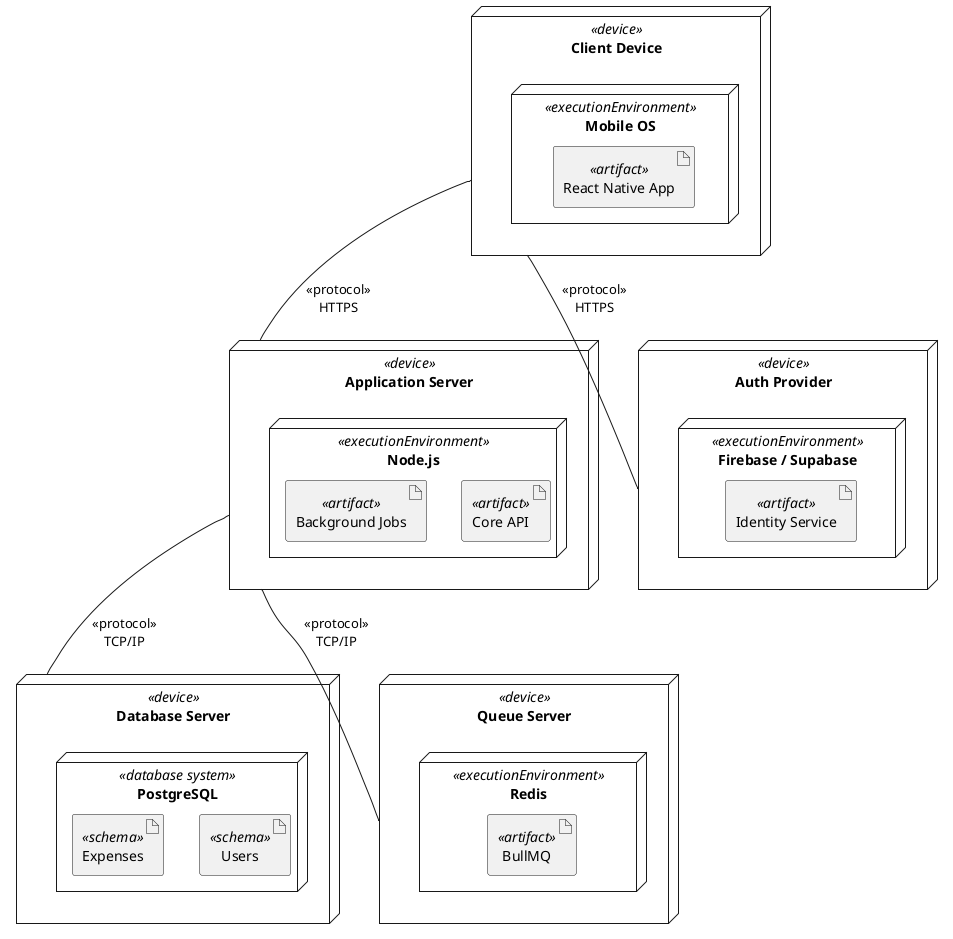
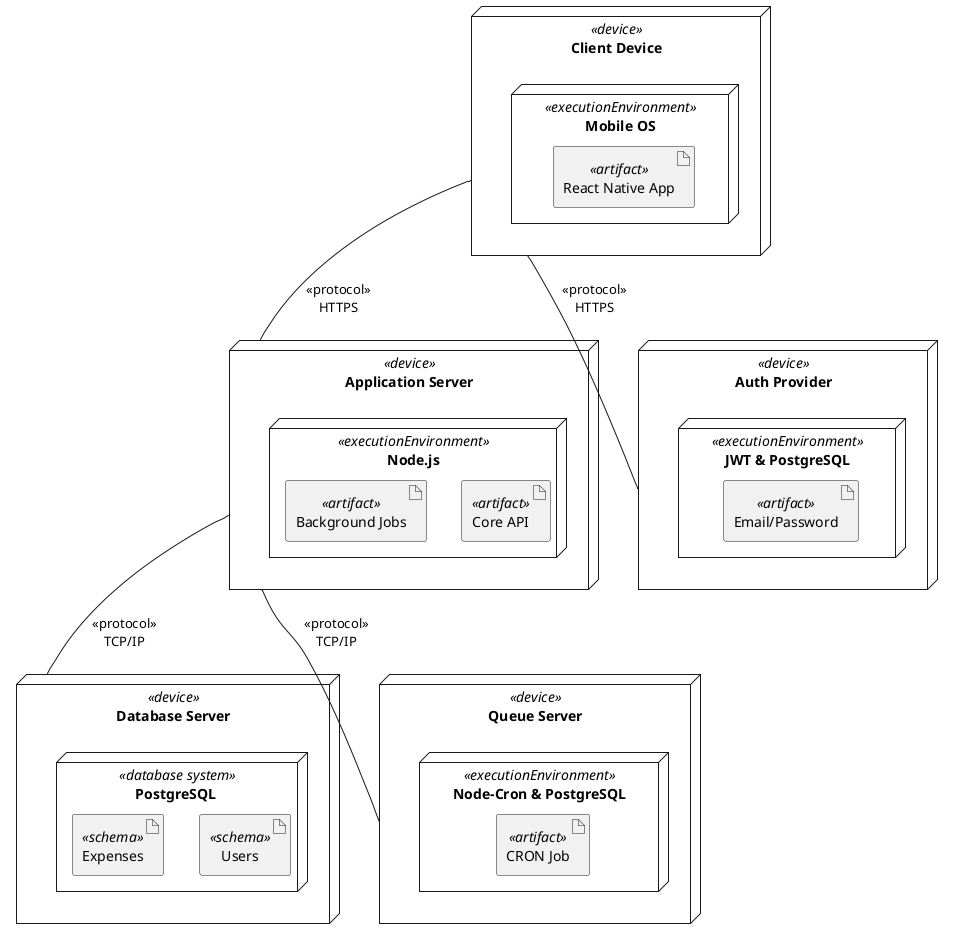
@startuml
- 
node "Client Device" <<device>> {
  node "Mobile OS" <<executionEnvironment>> {
    artifact "React Native App" <<artifact>>
  }
}

node "Application Server" <<device>> {
  node "Node.js" <<executionEnvironment>> {
    artifact "Core API" <<artifact>>
    artifact "Background Jobs" <<artifact>>
  }
}

node "Database Server" <<device>> {
-   node "PostgreSQL" <<database system>> {
+   node "PostgreSQL " <<database system>> {
    artifact "Users" <<schema>>
    artifact "Expenses" <<schema>>
  }
}

node "Queue Server" <<device>> {
-   node "Redis" <<executionEnvironment>> {
-     artifact "BullMQ" <<artifact>>
+   node "Node-Cron & PostgreSQL" <<executionEnvironment>> {
+     artifact "CRON Job" <<artifact>>
  }
}

node "Auth Provider" <<device>> {
-   node "Firebase / Supabase" <<executionEnvironment>> {
-     artifact "Identity Service" <<artifact>>
+   node "JWT & PostgreSQL" <<executionEnvironment>> {
+     artifact "Email/Password" <<artifact>>
  }
}

"Client Device" -- "Application Server" : <<protocol>>\nHTTPS
"Client Device" -- "Auth Provider" : <<protocol>>\nHTTPS
"Application Server" -- "Database Server" : <<protocol>>\nTCP/IP
"Application Server" -- "Queue Server" : <<protocol>>\nTCP/IP
- 
@enduml